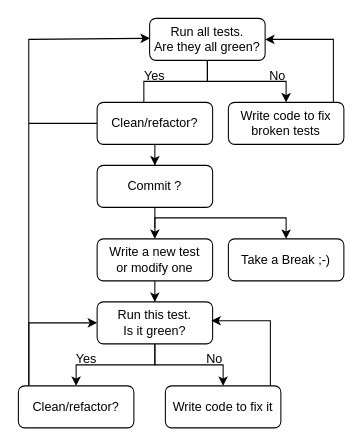
This is Slides/Stable/figures/TDD-workflow.drawio from pharo-mooc/AdvancedOODesign, a draw.io file, before an edit. Source tidied: cells renumbered, new cells numbered last; positions are measured from the earlier drawing's top-left corner, leaving out a move shared by most shapes. Both pictures are drawn from the tidied source at 105%, with x=0, y=0 at pixel (18, 18).
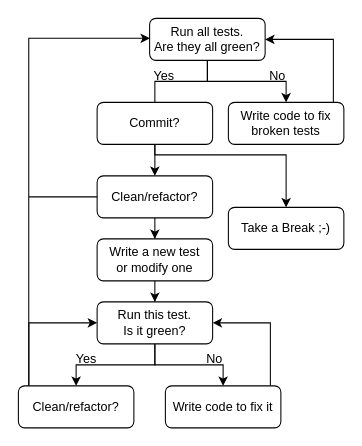
Above is the later version.

The change refers to these unchanged cells:
```xml
<mxCell id="13" value="&lt;div&gt;Run this test.&lt;/div&gt;&lt;div&gt;Is it green?&lt;br&gt;&lt;/div&gt;" style="rounded=1;whiteSpace=wrap;html=1;" parent="1" vertex="1">
  <mxGeometry x="75" y="270" width="110" height="40" as="geometry" />
</mxCell>
<mxCell id="16" value="Clean/refactor?" style="rounded=1;whiteSpace=wrap;html=1;" parent="1" vertex="1">
  <mxGeometry y="350" width="110" height="40" as="geometry" />
</mxCell>
<mxCell id="18" value="Write code to fix it" style="rounded=1;whiteSpace=wrap;html=1;" parent="1" vertex="1">
  <mxGeometry x="140" y="350" width="110" height="40" as="geometry" />
</mxCell>
```

Change to the diagram source:
```diff
@@
     <mxCell id="2" style="edgeStyle=orthogonalEdgeStyle;rounded=0;orthogonalLoop=1;jettySize=auto;html=1;entryX=0.5;entryY=0;entryDx=0;entryDy=0;" parent="1" edge="1">
       <mxGeometry relative="1" as="geometry">
         <mxPoint x="177" y="35" as="sourcePoint" />
         <mxPoint x="119.5" y="90" as="targetPoint" />
         <Array as="points">
           <mxPoint x="180" y="35" />
           <mxPoint x="180" y="60" />
-          <mxPoint x="120" y="60" />
+          <mxPoint x="130" y="60" />
+          <mxPoint x="130" y="90" />
         </Array>
       </mxGeometry>
     </mxCell>
@@
-    <mxCell id="8" value="&lt;div&gt;Commit ?&lt;/div&gt;" style="rounded=1;whiteSpace=wrap;html=1;" parent="1" vertex="1">
-      <mxGeometry x="75" y="140" width="110" height="40" as="geometry" />
+    <mxCell id="8" value="&lt;div&gt;Clean/refactor?&lt;/div&gt;" style="rounded=1;whiteSpace=wrap;html=1;" parent="1" vertex="1">
+      <mxGeometry x="75" y="150" width="110" height="40" as="geometry" />
     </mxCell>
@@
     <mxCell id="14" style="edgeStyle=orthogonalEdgeStyle;rounded=0;jettySize=auto;html=1;entryX=0.003;entryY=0.425;entryDx=0;entryDy=0;entryPerimeter=0;exitX=0.09;exitY=0.012;exitDx=0;exitDy=0;exitPerimeter=0;" parent="1" edge="1" source="16">
       <mxGeometry relative="1" as="geometry">
         <mxPoint x="125.3" y="19" as="targetPoint" />
         <Array as="points">
-          <mxPoint x="10" y="20" />
-          <mxPoint x="125" y="20" />
+          <mxPoint x="10" y="19" />
         </Array>
       </mxGeometry>
     </mxCell>
@@
-    <mxCell id="17" style="edgeStyle=orthogonalEdgeStyle;rounded=0;jettySize=auto;html=1;entryX=0.989;entryY=0.45;entryDx=0;entryDy=0;entryPerimeter=0;" parent="1" edge="1" source="18" target="13">
+    <mxCell id="17" style="edgeStyle=orthogonalEdgeStyle;rounded=0;jettySize=auto;html=1;entryX=1;entryY=0.5;entryDx=0;entryDy=0;" parent="1" edge="1" source="18" target="13">
       <mxGeometry relative="1" as="geometry">
         <Array as="points">
-          <mxPoint x="240" y="288" />
+          <mxPoint x="240" y="290" />
         </Array>
       </mxGeometry>
     </mxCell>
@@
     <mxCell id="21" value="Yes" style="text;html=1;strokeColor=none;fillColor=none;align=center;verticalAlign=middle;whiteSpace=wrap;rounded=0;" parent="1" vertex="1">
-      <mxGeometry x="100" y="40" width="60" height="30" as="geometry" />
+      <mxGeometry x="109" y="40" width="60" height="30" as="geometry" />
     </mxCell>
@@
     <mxCell id="23" value="Take a Break ;-)" style="rounded=1;whiteSpace=wrap;html=1;" parent="1" vertex="1">
-      <mxGeometry x="200" y="210" width="110" height="40" as="geometry" />
+      <mxGeometry x="200" y="180" width="110" height="40" as="geometry" />
     </mxCell>
     <mxCell id="24" style="edgeStyle=orthogonalEdgeStyle;rounded=0;jettySize=auto;html=1;entryX=0.5;entryY=0;entryDx=0;entryDy=0;" parent="1" edge="1" target="23">
       <mxGeometry relative="1" as="geometry">
-        <mxPoint x="130" y="200" as="sourcePoint" />
+        <mxPoint x="130" y="120" as="sourcePoint" />
         <Array as="points">
-          <mxPoint x="130" y="190" />
-          <mxPoint x="255" y="190" />
+          <mxPoint x="130" y="130" />
+          <mxPoint x="255" y="130" />
         </Array>
       </mxGeometry>
     </mxCell>
@@
-    <mxCell id="26" style="edgeStyle=orthogonalEdgeStyle;rounded=0;jettySize=auto;html=1;exitX=0;exitY=0.5;exitDx=0;exitDy=0;endArrow=none;endFill=0;" parent="1" edge="1" source="27">
+    <mxCell id="26" style="edgeStyle=orthogonalEdgeStyle;rounded=0;jettySize=auto;html=1;exitX=0;exitY=0.5;exitDx=0;exitDy=0;endArrow=none;endFill=0;" parent="1" edge="1" source="8">
       <mxGeometry relative="1" as="geometry">
-        <mxPoint x="10" y="100" as="targetPoint" />
+        <mxPoint x="10" y="170" as="targetPoint" />
       </mxGeometry>
     </mxCell>
-    <mxCell id="27" value="Clean/refactor?" style="rounded=1;whiteSpace=wrap;html=1;" parent="1" vertex="1">
+    <mxCell id="27" value="Commit?" style="rounded=1;whiteSpace=wrap;html=1;" parent="1" vertex="1">
       <mxGeometry x="75" y="80" width="110" height="40" as="geometry" />
     </mxCell>
```
